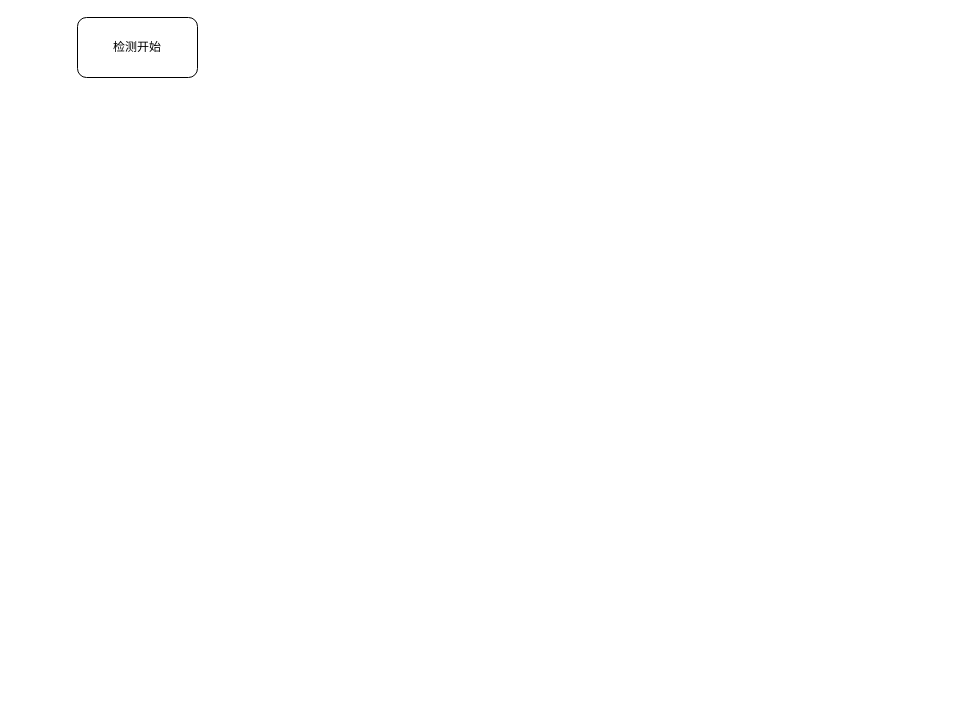
The draw.io diagram publish_tragger.drawio in cooldsk/diagrams, before the edit. Source tidied: cells renumbered, new cells numbered last; positions are measured from the earlier drawing's top-left corner, leaving out a move shared by most shapes. Both pictures are drawn from the tidied source at 100%, with x=0, y=0 at pixel (77, 17).
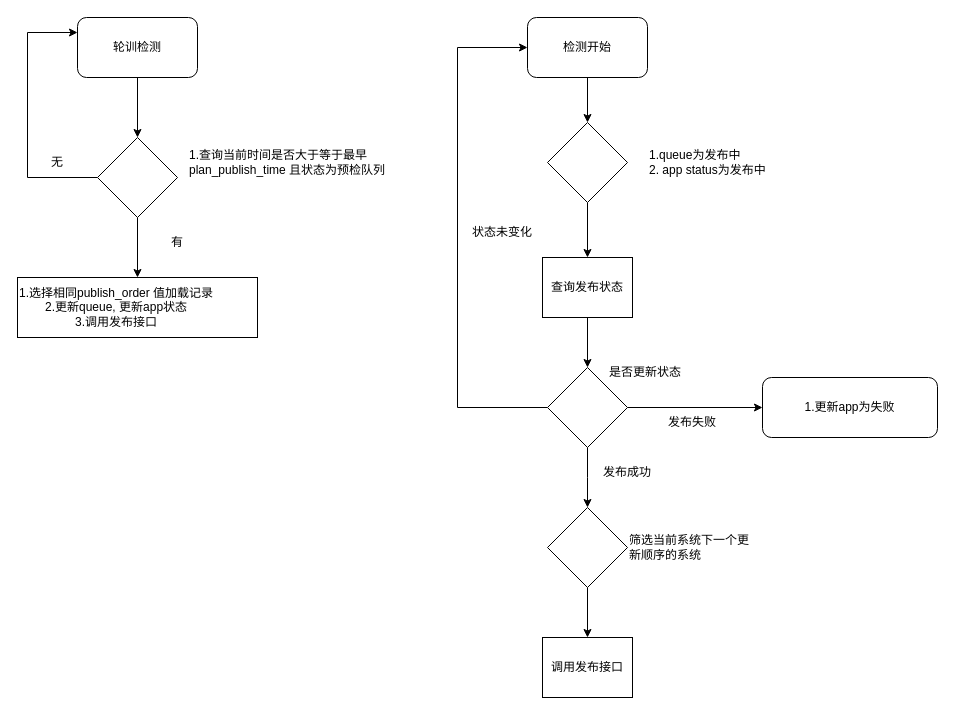
Above is the later version.

Change to the diagram source:
```diff
@@
+    <mxCell id="3" style="edgeStyle=orthogonalEdgeStyle;rounded=0;jettySize=auto;html=1;entryX=0.5;entryY=0;entryDx=0;entryDy=0;" parent="1" edge="1" source="2" target="6">
+      <mxGeometry relative="1" as="geometry" />
+    </mxCell>
-    <mxCell id="2" value="检测开始" style="rounded=1;whiteSpace=wrap;html=1;" parent="1" vertex="1">
+    <mxCell id="2" value="轮训检测" style="rounded=1;whiteSpace=wrap;html=1;" parent="1" vertex="1">
       <mxGeometry width="120" height="60" as="geometry" />
     </mxCell>
+    <mxCell id="4" style="edgeStyle=orthogonalEdgeStyle;rounded=0;jettySize=auto;html=1;entryX=0.5;entryY=0;entryDx=0;entryDy=0;" parent="1" edge="1" source="6" target="8">
+      <mxGeometry relative="1" as="geometry" />
+    </mxCell>
+    <mxCell id="5" style="edgeStyle=orthogonalEdgeStyle;rounded=0;jettySize=auto;html=1;entryX=0;entryY=0.25;entryDx=0;entryDy=0;" parent="1" edge="1" source="6" target="2">
+      <mxGeometry relative="1" as="geometry">
+        <Array as="points">
+          <mxPoint x="-50" y="160" />
+          <mxPoint x="-50" y="15" />
+        </Array>
+      </mxGeometry>
+    </mxCell>
+    <mxCell id="6" style="rhombus;whiteSpace=wrap;html=1;" parent="1" vertex="1">
+      <mxGeometry x="20" y="120" width="80" height="80" as="geometry" />
+    </mxCell>
+    <mxCell id="7" value="1.查询当前时间是否大于等于最早&lt;br&gt;plan_publish_time 且状态为预检队列" style="text;html=1;strokeColor=none;fillColor=none;align=left;verticalAlign=middle;whiteSpace=wrap;rounded=0;" parent="1" vertex="1">
+      <mxGeometry x="110" y="130" width="200" height="30" as="geometry" />
+    </mxCell>
+    <mxCell id="8" value="&lt;div style=&quot;text-align: center;&quot;&gt;&lt;span style=&quot;text-align: left; background-color: initial;&quot;&gt;1.选择相同publish_order 值加载记录&lt;/span&gt;&lt;/div&gt;&lt;div style=&quot;text-align: center;&quot;&gt;&lt;span style=&quot;text-align: left; background-color: initial;&quot;&gt;2.更新queue, 更新app状态&lt;br&gt;&lt;/span&gt;&lt;span style=&quot;background-color: initial; text-align: left;&quot;&gt;3.调用发布接口&lt;/span&gt;&lt;/div&gt;" style="rounded=0;whiteSpace=wrap;html=1;align=left;" parent="1" vertex="1">
+      <mxGeometry x="-60" y="260" width="240" height="60" as="geometry" />
+    </mxCell>
+    <mxCell id="9" style="edgeStyle=orthogonalEdgeStyle;rounded=0;jettySize=auto;html=1;entryX=0.5;entryY=0;entryDx=0;entryDy=0;" parent="1" edge="1" source="10" target="12">
+      <mxGeometry relative="1" as="geometry" />
+    </mxCell>
+    <mxCell id="10" value="检测开始" style="rounded=1;whiteSpace=wrap;html=1;" parent="1" vertex="1">
+      <mxGeometry x="450" width="120" height="60" as="geometry" />
+    </mxCell>
+    <mxCell id="11" style="edgeStyle=orthogonalEdgeStyle;rounded=0;jettySize=auto;html=1;entryX=0.5;entryY=0;entryDx=0;entryDy=0;" parent="1" edge="1" source="12" target="14">
+      <mxGeometry relative="1" as="geometry" />
+    </mxCell>
+    <mxCell id="12" style="rhombus;whiteSpace=wrap;html=1;" parent="1" vertex="1">
+      <mxGeometry x="470" y="105" width="80" height="80" as="geometry" />
+    </mxCell>
+    <mxCell id="13" style="edgeStyle=orthogonalEdgeStyle;rounded=0;jettySize=auto;html=1;entryX=0.5;entryY=0;entryDx=0;entryDy=0;" parent="1" edge="1" source="14" target="19">
+      <mxGeometry relative="1" as="geometry" />
+    </mxCell>
+    <mxCell id="14" value="&lt;div style=&quot;text-align: left;&quot;&gt;查询发布状态&lt;/div&gt;" style="rounded=0;whiteSpace=wrap;html=1;" parent="1" vertex="1">
+      <mxGeometry x="465" y="240" width="90" height="60" as="geometry" />
+    </mxCell>
+    <mxCell id="15" value="1.queue为发布中&lt;br&gt;2. app status为发布中" style="text;html=1;strokeColor=none;fillColor=none;align=left;verticalAlign=middle;whiteSpace=wrap;rounded=0;" parent="1" vertex="1">
+      <mxGeometry x="570" y="130" width="130" height="30" as="geometry" />
+    </mxCell>
+    <mxCell id="16" style="edgeStyle=orthogonalEdgeStyle;rounded=0;jettySize=auto;html=1;" parent="1" edge="1" source="19">
+      <mxGeometry relative="1" as="geometry">
+        <mxPoint x="510" y="490" as="targetPoint" />
+      </mxGeometry>
+    </mxCell>
+    <mxCell id="17" style="edgeStyle=orthogonalEdgeStyle;rounded=0;jettySize=auto;html=1;entryX=0;entryY=0.5;entryDx=0;entryDy=0;" parent="1" edge="1" source="19" target="10">
+      <mxGeometry relative="1" as="geometry">
+        <Array as="points">
+          <mxPoint x="380" y="390" />
+          <mxPoint x="380" y="30" />
+        </Array>
+      </mxGeometry>
+    </mxCell>
+    <mxCell id="18" style="edgeStyle=orthogonalEdgeStyle;rounded=0;jettySize=auto;html=1;entryX=0;entryY=0.5;entryDx=0;entryDy=0;" parent="1" edge="1" source="19" target="27">
+      <mxGeometry relative="1" as="geometry" />
+    </mxCell>
+    <mxCell id="19" style="rhombus;whiteSpace=wrap;html=1;" parent="1" vertex="1">
+      <mxGeometry x="470" y="350" width="80" height="80" as="geometry" />
+    </mxCell>
+    <mxCell id="20" value="是否更新状态" style="text;html=1;strokeColor=none;fillColor=none;align=left;verticalAlign=middle;whiteSpace=wrap;rounded=0;" parent="1" vertex="1">
+      <mxGeometry x="530" y="340" width="130" height="30" as="geometry" />
+    </mxCell>
+    <mxCell id="21" value="发布成功" style="text;html=1;strokeColor=none;fillColor=none;align=center;verticalAlign=middle;whiteSpace=wrap;rounded=0;" parent="1" vertex="1">
+      <mxGeometry x="520" y="440" width="60" height="30" as="geometry" />
+    </mxCell>
+    <mxCell id="22" style="edgeStyle=orthogonalEdgeStyle;rounded=0;jettySize=auto;html=1;entryX=0.5;entryY=0;entryDx=0;entryDy=0;" parent="1" edge="1" source="23" target="25">
+      <mxGeometry relative="1" as="geometry" />
+    </mxCell>
+    <mxCell id="23" style="rhombus;whiteSpace=wrap;html=1;" parent="1" vertex="1">
+      <mxGeometry x="470" y="490" width="80" height="80" as="geometry" />
+    </mxCell>
+    <mxCell id="24" value="筛选当前系统下一个更新顺序的系统" style="text;html=1;strokeColor=none;fillColor=none;align=left;verticalAlign=middle;whiteSpace=wrap;rounded=0;" parent="1" vertex="1">
+      <mxGeometry x="550" y="515" width="130" height="30" as="geometry" />
+    </mxCell>
+    <mxCell id="25" value="&lt;div style=&quot;text-align: left;&quot;&gt;调用发布接口&lt;/div&gt;" style="rounded=0;whiteSpace=wrap;html=1;" parent="1" vertex="1">
+      <mxGeometry x="465" y="620" width="90" height="60" as="geometry" />
+    </mxCell>
+    <mxCell id="26" value="状态未变化" style="text;html=1;strokeColor=none;fillColor=none;align=center;verticalAlign=middle;whiteSpace=wrap;rounded=0;" parent="1" vertex="1">
+      <mxGeometry x="390" y="200" width="70" height="30" as="geometry" />
+    </mxCell>
+    <mxCell id="27" value="1.更新app为失败" style="rounded=1;whiteSpace=wrap;html=1;" parent="1" vertex="1">
+      <mxGeometry x="685" y="360" width="175" height="60" as="geometry" />
+    </mxCell>
+    <mxCell id="28" value="发布失败" style="text;html=1;strokeColor=none;fillColor=none;align=center;verticalAlign=middle;whiteSpace=wrap;rounded=0;" parent="1" vertex="1">
+      <mxGeometry x="580" y="390" width="70" height="30" as="geometry" />
+    </mxCell>
+    <mxCell id="29" value="有" style="text;html=1;strokeColor=none;fillColor=none;align=center;verticalAlign=middle;whiteSpace=wrap;rounded=0;" parent="1" vertex="1">
+      <mxGeometry x="70" y="210" width="60" height="30" as="geometry" />
+    </mxCell>
+    <mxCell id="30" value="无" style="text;html=1;strokeColor=none;fillColor=none;align=center;verticalAlign=middle;whiteSpace=wrap;rounded=0;" parent="1" vertex="1">
+      <mxGeometry x="-50" y="130" width="60" height="30" as="geometry" />
+    </mxCell>
```
